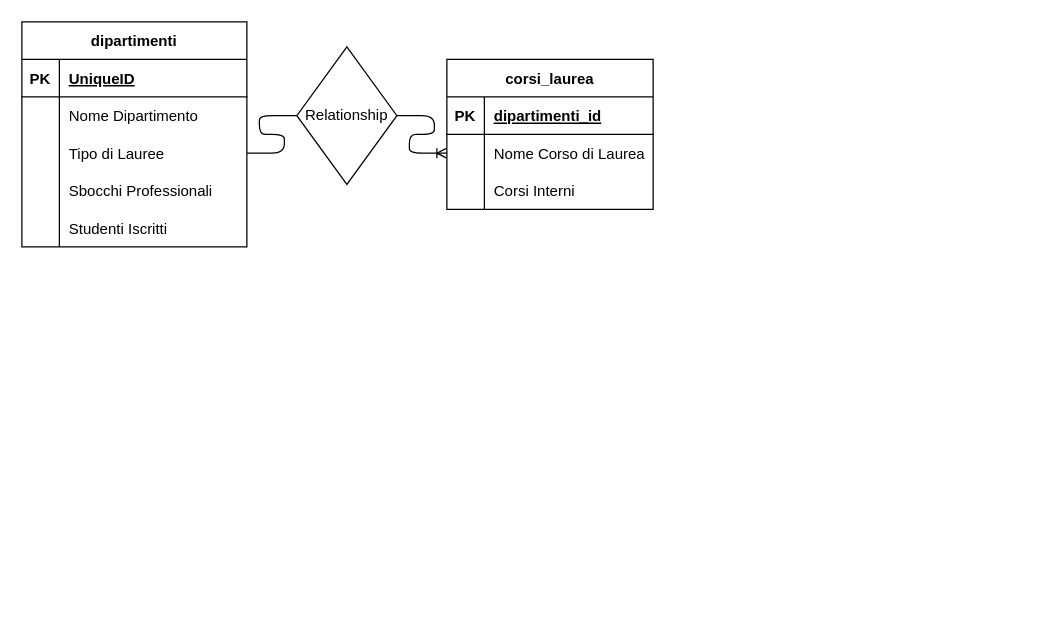
This is universita.drawio from nmorrone/db-university, a draw.io file, before an edit. Source tidied: cells renumbered, new cells numbered last; positions are measured from the earlier drawing's top-left corner, leaving out a move shared by most shapes. Both pictures are drawn from the tidied source at 125%, with x=0, y=0 at pixel (21, 21).
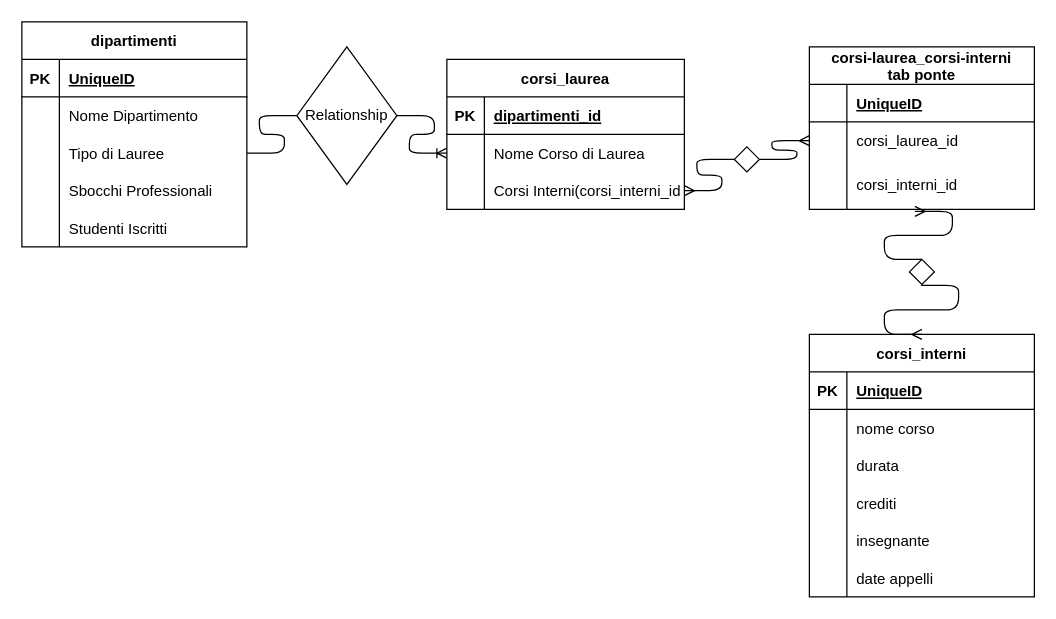
After the change.

Commit message:
corsi-interni-tab

What changed in the source:
```diff
@@
     <mxCell id="19" value="corsi_laurea" style="shape=table;startSize=30;childLayout=tableLayout;rowLines=0;fontStyle=1;align=center;" parent="1" vertex="1">
-      <mxGeometry x="340" y="30" width="165" height="120" as="geometry" />
+      <mxGeometry x="340" y="30" width="190" height="120" as="geometry" />
     </mxCell>
     <mxCell id="20" style="shape=tableRow;horizontal=0;startSize=0;swimlaneHead=0;swimlaneBody=0;fillColor=none;top=0;left=0;right=0;bottom=1;" parent="19" vertex="1">
-      <mxGeometry y="30" width="165" height="30" as="geometry" />
+      <mxGeometry y="30" width="190" height="30" as="geometry" />
     </mxCell>
@@
     <mxCell id="22" value="dipartimenti_id" style="shape=partialRectangle;fillColor=none;top=0;left=0;bottom=0;right=0;align=left;spacingLeft=6;fontStyle=5;overflow=hidden;" parent="20" vertex="1">
-      <mxGeometry x="30" width="135" height="30" as="geometry" />
+      <mxGeometry x="30" width="160" height="30" as="geometry" />
     </mxCell>
     <mxCell id="23" style="shape=tableRow;horizontal=0;startSize=0;swimlaneHead=0;swimlaneBody=0;fillColor=none;points=[[0,0.5],[1,0.5]];portConstraint=eastwest;top=0;left=0;right=0;bottom=0;" parent="19" vertex="1">
-      <mxGeometry y="60" width="165" height="30" as="geometry" />
+      <mxGeometry y="60" width="190" height="30" as="geometry" />
     </mxCell>
@@
     <mxCell id="25" value="Nome Corso di Laurea" style="shape=partialRectangle;fillColor=none;top=0;left=0;bottom=0;right=0;align=left;spacingLeft=6;overflow=hidden;" parent="23" vertex="1">
-      <mxGeometry x="30" width="135" height="30" as="geometry" />
+      <mxGeometry x="30" width="160" height="30" as="geometry" />
     </mxCell>
     <mxCell id="26" style="shape=tableRow;horizontal=0;startSize=0;swimlaneHead=0;swimlaneBody=0;fillColor=none;points=[[0,0.5],[1,0.5]];portConstraint=eastwest;top=0;left=0;right=0;bottom=0;" parent="19" vertex="1">
-      <mxGeometry y="90" width="165" height="30" as="geometry" />
+      <mxGeometry y="90" width="190" height="30" as="geometry" />
     </mxCell>
@@
-    <mxCell id="28" value="Corsi Interni" style="shape=partialRectangle;fillColor=none;top=0;left=0;bottom=0;right=0;align=left;spacingLeft=6;overflow=hidden;" parent="26" vertex="1">
-      <mxGeometry x="30" width="135" height="30" as="geometry" />
+    <mxCell id="28" value="Corsi Interni(corsi_interni_id" style="shape=partialRectangle;fillColor=none;top=0;left=0;bottom=0;right=0;align=left;spacingLeft=6;overflow=hidden;" parent="26" vertex="1">
+      <mxGeometry x="30" width="160" height="30" as="geometry" />
     </mxCell>
@@
+    <mxCell id="31" style="edgeStyle=entityRelationEdgeStyle;fontSize=12;html=1;endArrow=ERmany;startArrow=none;exitX=1;exitY=0.5;exitDx=0;exitDy=0;entryX=0;entryY=0.5;entryDx=0;entryDy=0;" parent="1" edge="1" source="43" target="36">
+      <mxGeometry relative="1" as="geometry" />
+    </mxCell>
+    <mxCell id="32" value="corsi-laurea_corsi-interni&#10;tab ponte" style="shape=table;startSize=30;childLayout=tableLayout;rowLines=0;fontStyle=1;align=center;" parent="1" vertex="1">
+      <mxGeometry x="630" y="20" width="180" height="130" as="geometry" />
+    </mxCell>
+    <mxCell id="33" style="shape=tableRow;horizontal=0;startSize=0;swimlaneHead=0;swimlaneBody=0;fillColor=none;top=0;left=0;right=0;bottom=1;" parent="32" vertex="1">
+      <mxGeometry y="30" width="180" height="30" as="geometry" />
+    </mxCell>
+    <mxCell id="34" style="shape=partialRectangle;fillColor=none;top=0;left=0;bottom=0;right=0;fontStyle=1;overflow=hidden;" parent="33" vertex="1">
+      <mxGeometry width="30" height="30" as="geometry" />
+    </mxCell>
+    <mxCell id="35" value="UniqueID" style="shape=partialRectangle;fillColor=none;top=0;left=0;bottom=0;right=0;align=left;spacingLeft=6;fontStyle=5;overflow=hidden;" parent="33" vertex="1">
+      <mxGeometry x="30" width="150" height="30" as="geometry" />
+    </mxCell>
+    <mxCell id="36" style="shape=tableRow;horizontal=0;startSize=0;swimlaneHead=0;swimlaneBody=0;fillColor=none;points=[[0,0.5],[1,0.5]];portConstraint=eastwest;top=0;left=0;right=0;bottom=0;" parent="32" vertex="1">
+      <mxGeometry y="60" width="180" height="30" as="geometry" />
+    </mxCell>
+    <mxCell id="37" style="shape=partialRectangle;fillColor=none;top=0;left=0;bottom=0;right=0;overflow=hidden;" parent="36" vertex="1">
+      <mxGeometry width="30" height="30" as="geometry" />
+    </mxCell>
+    <mxCell id="38" value="corsi_laurea_id" style="shape=partialRectangle;fillColor=none;top=0;left=0;bottom=0;right=0;align=left;spacingLeft=6;overflow=hidden;" parent="36" vertex="1">
+      <mxGeometry x="30" width="150" height="30" as="geometry" />
+    </mxCell>
+    <mxCell id="39" style="shape=tableRow;horizontal=0;startSize=0;swimlaneHead=0;swimlaneBody=0;fillColor=none;points=[[0,0.5],[1,0.5]];portConstraint=eastwest;top=0;left=0;right=0;bottom=0;" parent="32" vertex="1">
+      <mxGeometry y="90" width="180" height="40" as="geometry" />
+    </mxCell>
+    <mxCell id="40" style="shape=partialRectangle;fillColor=none;top=0;left=0;bottom=0;right=0;overflow=hidden;" parent="39" vertex="1">
+      <mxGeometry width="30" height="40" as="geometry" />
+    </mxCell>
+    <mxCell id="41" value="corsi_interni_id" style="shape=partialRectangle;fillColor=none;top=0;left=0;bottom=0;right=0;align=left;spacingLeft=6;overflow=hidden;" parent="39" vertex="1">
+      <mxGeometry x="30" width="150" height="40" as="geometry" />
+    </mxCell>
+    <mxCell id="42" style="edgeStyle=entityRelationEdgeStyle;fontSize=12;html=1;endArrow=none;startArrow=ERmany;exitX=1;exitY=0.5;exitDx=0;exitDy=0;entryX=0;entryY=0.5;entryDx=0;entryDy=0;" parent="1" edge="1" source="26" target="43">
+      <mxGeometry relative="1" as="geometry" />
+    </mxCell>
+    <mxCell id="43" style="shape=rhombus;perimeter=rhombusPerimeter;whiteSpace=wrap;html=1;align=center;" parent="1" vertex="1">
+      <mxGeometry x="570" y="100" width="20" height="20" as="geometry" />
+    </mxCell>
+    <mxCell id="44" value="corsi_interni" style="shape=table;startSize=30;childLayout=tableLayout;rowLines=0;fontStyle=1;align=center;" parent="1" vertex="1">
+      <mxGeometry x="630" y="250" width="180" height="210" as="geometry" />
+    </mxCell>
+    <mxCell id="45" style="shape=tableRow;horizontal=0;startSize=0;swimlaneHead=0;swimlaneBody=0;fillColor=none;top=0;left=0;right=0;bottom=1;" parent="44" vertex="1">
+      <mxGeometry y="30" width="180" height="30" as="geometry" />
+    </mxCell>
+    <mxCell id="46" value="PK" style="shape=partialRectangle;fillColor=none;top=0;left=0;bottom=0;right=0;fontStyle=1;overflow=hidden;" parent="45" vertex="1">
+      <mxGeometry width="30" height="30" as="geometry" />
+    </mxCell>
+    <mxCell id="47" value="UniqueID" style="shape=partialRectangle;fillColor=none;top=0;left=0;bottom=0;right=0;align=left;spacingLeft=6;fontStyle=5;overflow=hidden;" parent="45" vertex="1">
+      <mxGeometry x="30" width="150" height="30" as="geometry" />
+    </mxCell>
+    <mxCell id="48" style="shape=tableRow;horizontal=0;startSize=0;swimlaneHead=0;swimlaneBody=0;fillColor=none;top=0;left=0;right=0;bottom=0;" parent="44" vertex="1">
+      <mxGeometry y="60" width="180" height="30" as="geometry" />
+    </mxCell>
+    <mxCell id="49" style="shape=partialRectangle;fillColor=none;top=0;left=0;bottom=0;right=0;overflow=hidden;" parent="48" vertex="1">
+      <mxGeometry width="30" height="30" as="geometry" />
+    </mxCell>
+    <mxCell id="50" value="nome corso" style="shape=partialRectangle;fillColor=none;top=0;left=0;bottom=0;right=0;align=left;spacingLeft=6;overflow=hidden;" parent="48" vertex="1">
+      <mxGeometry x="30" width="150" height="30" as="geometry" />
+    </mxCell>
+    <mxCell id="51" style="shape=tableRow;horizontal=0;startSize=0;swimlaneHead=0;swimlaneBody=0;fillColor=none;top=0;left=0;right=0;bottom=0;" parent="44" vertex="1">
+      <mxGeometry y="90" width="180" height="30" as="geometry" />
+    </mxCell>
+    <mxCell id="52" style="shape=partialRectangle;fillColor=none;top=0;left=0;bottom=0;right=0;overflow=hidden;" parent="51" vertex="1">
+      <mxGeometry width="30" height="30" as="geometry" />
+    </mxCell>
+    <mxCell id="53" value="durata" style="shape=partialRectangle;fillColor=none;top=0;left=0;bottom=0;right=0;align=left;spacingLeft=6;overflow=hidden;" parent="51" vertex="1">
+      <mxGeometry x="30" width="150" height="30" as="geometry" />
+    </mxCell>
+    <mxCell id="54" style="shape=tableRow;horizontal=0;startSize=0;swimlaneHead=0;swimlaneBody=0;fillColor=none;top=0;left=0;right=0;bottom=0;" parent="44" vertex="1">
+      <mxGeometry y="120" width="180" height="30" as="geometry" />
+    </mxCell>
+    <mxCell id="55" style="shape=partialRectangle;fillColor=none;top=0;left=0;bottom=0;right=0;overflow=hidden;" parent="54" vertex="1">
+      <mxGeometry width="30" height="30" as="geometry" />
+    </mxCell>
+    <mxCell id="56" value="crediti " style="shape=partialRectangle;fillColor=none;top=0;left=0;bottom=0;right=0;align=left;spacingLeft=6;overflow=hidden;" parent="54" vertex="1">
+      <mxGeometry x="30" width="150" height="30" as="geometry" />
+    </mxCell>
+    <mxCell id="57" style="shape=tableRow;horizontal=0;startSize=0;swimlaneHead=0;swimlaneBody=0;fillColor=none;top=0;left=0;right=0;bottom=0;" parent="44" vertex="1">
+      <mxGeometry y="150" width="180" height="30" as="geometry" />
+    </mxCell>
+    <mxCell id="58" style="shape=partialRectangle;fillColor=none;top=0;left=0;bottom=0;right=0;overflow=hidden;" parent="57" vertex="1">
+      <mxGeometry width="30" height="30" as="geometry" />
+    </mxCell>
+    <mxCell id="59" value="insegnante" style="shape=partialRectangle;fillColor=none;top=0;left=0;bottom=0;right=0;align=left;spacingLeft=6;overflow=hidden;" parent="57" vertex="1">
+      <mxGeometry x="30" width="150" height="30" as="geometry" />
+    </mxCell>
+    <mxCell id="60" style="shape=tableRow;horizontal=0;startSize=0;swimlaneHead=0;swimlaneBody=0;fillColor=none;top=0;left=0;right=0;bottom=0;" parent="44" vertex="1">
+      <mxGeometry y="180" width="180" height="30" as="geometry" />
+    </mxCell>
+    <mxCell id="61" style="shape=partialRectangle;fillColor=none;top=0;left=0;bottom=0;right=0;overflow=hidden;" parent="60" vertex="1">
+      <mxGeometry width="30" height="30" as="geometry" />
+    </mxCell>
+    <mxCell id="62" value="date appelli" style="shape=partialRectangle;fillColor=none;top=0;left=0;bottom=0;right=0;align=left;spacingLeft=6;overflow=hidden;" parent="60" vertex="1">
+      <mxGeometry x="30" width="150" height="30" as="geometry" />
+    </mxCell>
+    <mxCell id="63" style="edgeStyle=entityRelationEdgeStyle;fontSize=12;html=1;endArrow=ERmany;startArrow=none;exitX=0.5;exitY=0;exitDx=0;exitDy=0;entryX=0.469;entryY=1.041;entryDx=0;entryDy=0;entryPerimeter=0;" parent="1" edge="1" source="65" target="39">
+      <mxGeometry relative="1" as="geometry" />
+    </mxCell>
+    <mxCell id="64" style="edgeStyle=entityRelationEdgeStyle;fontSize=12;html=1;endArrow=none;startArrow=ERmany;exitX=0.5;exitY=0;exitDx=0;exitDy=0;entryX=0.469;entryY=1.041;entryDx=0;entryDy=0;entryPerimeter=0;" parent="1" edge="1" source="44" target="65">
+      <mxGeometry relative="1" as="geometry" />
+    </mxCell>
+    <mxCell id="65" style="shape=rhombus;perimeter=rhombusPerimeter;whiteSpace=wrap;html=1;align=center;" parent="1" vertex="1">
+      <mxGeometry x="710" y="190" width="20" height="20" as="geometry" />
+    </mxCell>
```
